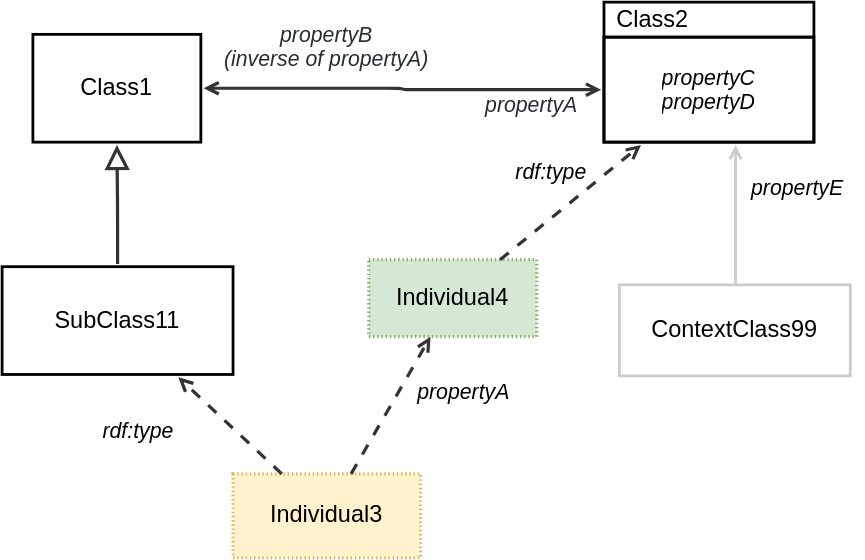
Earlier version of the draw.io export ssn/images/ClassKey.svg (afeliachi/sdw-sosa-ssn). Source tidied: cells renumbered, new cells last; positions are measured from the earlier drawing's top-left corner, leaving out a move shared by most shapes. Source of this version:
```xml
<mxGraphModel>
  <root>
    <mxCell id="0" />
    <mxCell id="1" parent="0" />
    <mxCell id="2" style="html=1;jettySize=18;whiteSpace=wrap;overflow=block;blockSpacing=1;fontSize=13;strokeColor=#333333;strokeOpacity=100;strokeWidth=2.3;rounded=1;arcSize=24;edgeStyle=orthogonalEdgeStyle;startArrow=open;endArrow=open;lucidId=qE7gnziC8at4;" parent="1" edge="1" source="5" target="10">
      <mxGeometry relative="1" as="geometry" />
    </mxCell>
    <mxCell id="3" value="&lt;div style=&quot;display: flex; justify-content: center; text-align: center; align-items: baseline; font-size: 0; line-height: 1.25;margin-top: -2px;&quot;&gt;&lt;span&gt;&lt;span style=&quot;font-size:15.2px;color:#282c33;font-style: italic;&quot;&gt;propertyB &#10;&lt;/span&gt;&lt;/span&gt;&lt;/div&gt;&lt;div style=&quot;display: flex; justify-content: center; text-align: center; align-items: baseline; font-size: 0; line-height: 1.25;margin-top: -2px;&quot;&gt;&lt;span&gt;&lt;span style=&quot;font-size:15.2px;color:#282c33;font-style: italic;&quot;&gt;(inverse of propertyA)&lt;/span&gt;&lt;/span&gt;&lt;/div&gt;" style="html=1;overflow=block;blockSpacing=1;whiteSpace=wrap;fontSize=13;spacing=0;strokeColor=none;strokeOpacity=100;fillOpacity=100;fillColor=none;strokeWidth=2.3;lucidId=JE7g4Ba55qL5;" parent="1" vertex="1">
      <mxGeometry x="142" y="9" width="180" height="45" as="geometry" />
    </mxCell>
    <mxCell id="4" value="propertyA" style="html=1;overflow=block;blockSpacing=1;whiteSpace=wrap;fontSize=15.2;fontColor=#282c33;fontStyle=2;align=center;spacing=0;strokeColor=none;strokeOpacity=100;fillOpacity=100;fillColor=none;strokeWidth=2.3;lucidId=XE7gh~OT6mx1;" parent="1" vertex="1">
      <mxGeometry x="322" y="57" width="113" height="33" as="geometry" />
    </mxCell>
    <mxCell id="5" value="Class1" style="html=1;overflow=block;blockSpacing=1;whiteSpace=wrap;fontSize=16.8;align=center;spacing=0;strokeColor=#000000;fillColor=none;strokeWidth=2;perimeterSpacing=2;" parent="1" vertex="1">
      <mxGeometry x="22" y="23" width="120" height="77" as="geometry" />
    </mxCell>
    <mxCell id="6" value="ContextClass99" style="html=1;overflow=block;blockSpacing=1;whiteSpace=wrap;fontSize=16.8;align=center;spacing=0;strokeColor=#CCCCCC;strokeOpacity=100;fillColor=none;strokeWidth=2;" parent="1" vertex="1">
      <mxGeometry x="441" y="202" width="165" height="65" as="geometry" />
    </mxCell>
    <mxCell id="7" value="SubClass11" style="html=1;overflow=block;blockSpacing=1;whiteSpace=wrap;fontSize=16.8;align=center;spacing=0;strokeColor=#000000;fillColor=none;strokeWidth=2;perimeterSpacing=2;" parent="1" vertex="1">
      <mxGeometry y="189" width="165" height="77" as="geometry" />
    </mxCell>
    <mxCell id="8" style="html=1;jettySize=18;whiteSpace=wrap;overflow=block;blockSpacing=1;fontSize=13;strokeColor=#333333;strokeOpacity=100;strokeWidth=2.3;rounded=1;arcSize=24;edgeStyle=orthogonalEdgeStyle;startArrow=none;endArrow=block;endFill=0;endSize=12;lucidId=5L~id88PjVCN;" parent="1" edge="1" source="7" target="5">
      <mxGeometry relative="1" as="geometry" />
    </mxCell>
    <mxCell id="9" value="&amp;nbsp; Class2" style="html=1;overflow=block;blockSpacing=1;swimlane;horizontal=1;fontStyle=0;swimlaneFillColor=none;startSize=25;whiteSpace=wrap;fontSize=16.8;align=left;spacing=0;strokeColor=#000000;fillColor=none;strokeWidth=2;" parent="1" vertex="1">
      <mxGeometry x="430" width="150" height="100" as="geometry" />
    </mxCell>
    <mxCell id="10" value="&lt;div style=&quot;display: flex; justify-content: center; text-align: center; align-items: baseline; font-size: 0; line-height: 1.25;margin-top: -2px;&quot;&gt;&lt;span&gt;&lt;span style=&quot;font-size:15.2px;font-style: italic;&quot;&gt;propertyC&#10;&lt;/span&gt;&lt;/span&gt;&lt;/div&gt;&lt;div style=&quot;display: flex; justify-content: center; text-align: center; align-items: baseline; font-size: 0; line-height: 1.25;margin-top: -2px;&quot;&gt;&lt;span&gt;&lt;span style=&quot;font-size:15.2px;font-style: italic;&quot;&gt;propertyD&lt;/span&gt;&lt;/span&gt;&lt;/div&gt;" style="html=1;strokeColor=#000000;fillColor=none;verticalAlign=middle;spacingLeft=4;spacingRight=4;overflow=hidden;points=[[0,0.5],[1,0.5]];portConstraint=eastwest;swimlaneFillColor=#unset;whiteSpace=wrap;fontSize=15.2;fontStyle=2;align=center;strokeWidth=2;perimeterSpacing=2;" parent="9" vertex="1">
      <mxGeometry y="25" width="150" height="75" as="geometry" />
    </mxCell>
    <mxCell id="11" style="html=1;jettySize=18;whiteSpace=wrap;overflow=block;blockSpacing=1;fontSize=13;strokeColor=#CCCCCC;strokeOpacity=100;strokeWidth=2;rounded=1;arcSize=24;edgeStyle=orthogonalEdgeStyle;startArrow=open;endArrow=none;lucidId=_YHjfSWh~X1m;" parent="1" edge="1" source="10" target="6">
      <mxGeometry relative="1" as="geometry">
        <Array as="points">
          <mxPoint x="524" y="137" />
          <mxPoint x="524" y="137" />
        </Array>
      </mxGeometry>
    </mxCell>
    <mxCell id="12" value="propertyE" style="html=1;overflow=block;blockSpacing=1;whiteSpace=wrap;fontSize=15.2;fontColor=#000000;fontStyle=2;align=center;spacing=0;strokeColor=none;strokeOpacity=100;fillOpacity=100;fillColor=none;strokeWidth=2.3;lucidId=DZHjzxYwu-P~;" parent="1" vertex="1">
      <mxGeometry x="520" y="117" width="97" height="31" as="geometry" />
    </mxCell>
    <mxCell id="13" value="Individual3" style="html=1;overflow=block;blockSpacing=1;whiteSpace=wrap;fontSize=16.8;align=center;spacing=0;strokeOpacity=100;fillColor=#fff2cc;dashed=1;fixDash=1;dashPattern=1 2;strokeWidth=2.3;strokeColor=#d6b656;" parent="1" vertex="1">
      <mxGeometry x="165" y="337" width="134" height="60" as="geometry" />
    </mxCell>
    <mxCell id="14" style="html=1;jettySize=18;whiteSpace=wrap;overflow=block;blockSpacing=1;fontSize=13;strokeColor=#333333;strokeOpacity=100;dashed=1;fixDash=1;dashPattern=8 8;strokeWidth=2.3;rounded=0;startArrow=none;endArrow=open;lucidId=gmbToIb_psAA;" parent="1" edge="1" source="13" target="7">
      <mxGeometry relative="1" as="geometry" />
    </mxCell>
    <mxCell id="15" value="rdf:type" style="html=1;overflow=block;blockSpacing=1;whiteSpace=wrap;fontSize=15.2;fontStyle=2;align=center;spacing=0;strokeColor=none;strokeOpacity=100;fillOpacity=100;fillColor=none;strokeWidth=2.3;lucidId=gmbTaRQFM5Pp;" parent="1" vertex="1">
      <mxGeometry x="60" y="292" width="75" height="30" as="geometry" />
    </mxCell>
    <mxCell id="16" style="html=1;jettySize=18;whiteSpace=wrap;overflow=block;blockSpacing=1;fontSize=13;strokeColor=#333333;strokeOpacity=100;dashed=1;fixDash=1;dashPattern=8 8;strokeWidth=2.3;rounded=0;startArrow=none;endArrow=open;lucidId=gmbTLVrXyBPr;" parent="1" edge="1" source="13" target="18">
      <mxGeometry relative="1" as="geometry" />
    </mxCell>
    <mxCell id="17" value="propertyA" style="html=1;overflow=block;blockSpacing=1;whiteSpace=wrap;fontSize=15.2;fontStyle=2;align=center;spacing=0;strokeColor=none;strokeOpacity=100;fillOpacity=100;fillColor=none;strokeWidth=2.3;lucidId=gmbTHPLgzrwb;" parent="1" vertex="1">
      <mxGeometry x="277" y="265" width="106" height="27" as="geometry" />
    </mxCell>
    <mxCell id="18" value="Individual4" style="html=1;overflow=block;blockSpacing=1;whiteSpace=wrap;fontSize=16.8;align=center;spacing=0;strokeOpacity=100;fillColor=#d5e8d4;dashed=1;fixDash=1;dashPattern=1 2;strokeWidth=2.3;strokeColor=#82b366;" parent="1" vertex="1">
      <mxGeometry x="262" y="184" width="120" height="55" as="geometry" />
    </mxCell>
    <mxCell id="19" style="html=1;jettySize=18;whiteSpace=wrap;overflow=block;blockSpacing=1;fontSize=13;strokeColor=#333333;strokeOpacity=100;dashed=1;fixDash=1;dashPattern=8 8;strokeWidth=2.3;rounded=0;startArrow=none;endArrow=open;lucidId=RobTA_LOUbvZ;" parent="1" edge="1" source="18" target="10">
      <mxGeometry relative="1" as="geometry" />
    </mxCell>
    <mxCell id="20" value="rdf:type" style="html=1;overflow=block;blockSpacing=1;whiteSpace=wrap;fontSize=15.2;fontStyle=2;align=center;spacing=0;strokeColor=none;strokeOpacity=100;fillOpacity=100;fillColor=none;strokeWidth=2.3;lucidId=RobT1O3e..nO;" parent="1" vertex="1">
      <mxGeometry x="355" y="107" width="75" height="30" as="geometry" />
    </mxCell>
  </root>
</mxGraphModel>
```
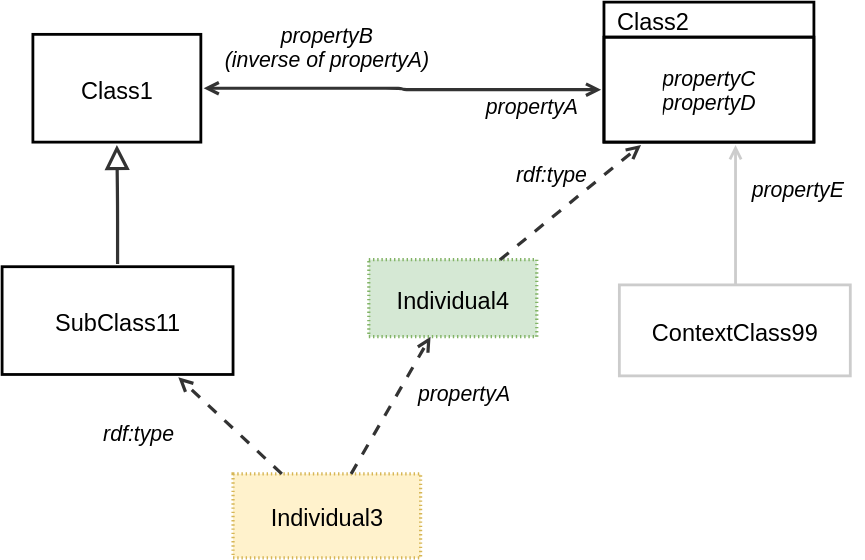
Later version of the same file.

The edit, as a diff of the source:
```diff
@@ -2,34 +2,34 @@
   <root>
     <mxCell id="0" />
     <mxCell id="1" parent="0" />
-    <mxCell id="2" style="html=1;jettySize=18;whiteSpace=wrap;overflow=block;blockSpacing=1;fontSize=13;strokeColor=#333333;strokeOpacity=100;strokeWidth=2.3;rounded=1;arcSize=24;edgeStyle=orthogonalEdgeStyle;startArrow=open;endArrow=open;lucidId=qE7gnziC8at4;" parent="1" edge="1" source="5" target="10">
+    <mxCell id="2" style="html=1;jettySize=18;whiteSpace=wrap;overflow=block;blockSpacing=1;fontSize=13;strokeColor=#333333;strokeOpacity=100;strokeWidth=2.3;rounded=1;arcSize=24;edgeStyle=orthogonalEdgeStyle;startArrow=open;endArrow=open;lucidId=qE7gnziC8at4;fontColor=default;convertToSvg=1;" parent="1" edge="1" source="5" target="10">
       <mxGeometry relative="1" as="geometry" />
     </mxCell>
-    <mxCell id="3" value="&lt;div style=&quot;display: flex; justify-content: center; text-align: center; align-items: baseline; font-size: 0; line-height: 1.25;margin-top: -2px;&quot;&gt;&lt;span&gt;&lt;span style=&quot;font-size:15.2px;color:#282c33;font-style: italic;&quot;&gt;propertyB &#10;&lt;/span&gt;&lt;/span&gt;&lt;/div&gt;&lt;div style=&quot;display: flex; justify-content: center; text-align: center; align-items: baseline; font-size: 0; line-height: 1.25;margin-top: -2px;&quot;&gt;&lt;span&gt;&lt;span style=&quot;font-size:15.2px;color:#282c33;font-style: italic;&quot;&gt;(inverse of propertyA)&lt;/span&gt;&lt;/span&gt;&lt;/div&gt;" style="html=1;overflow=block;blockSpacing=1;whiteSpace=wrap;fontSize=13;spacing=0;strokeColor=none;strokeOpacity=100;fillOpacity=100;fillColor=none;strokeWidth=2.3;lucidId=JE7g4Ba55qL5;" parent="1" vertex="1">
+    <mxCell id="3" value="&lt;div style=&quot;display: flex; justify-content: center; text-align: center; align-items: baseline; font-size: 0; line-height: 1.25;margin-top: -2px;&quot;&gt;&lt;span&gt;&lt;span style=&quot;font-size: 15.2px; font-style: italic;&quot;&gt;propertyB &#10;&lt;/span&gt;&lt;/span&gt;&lt;/div&gt;&lt;div style=&quot;display: flex; justify-content: center; text-align: center; align-items: baseline; font-size: 0; line-height: 1.25;margin-top: -2px;&quot;&gt;&lt;span&gt;&lt;span style=&quot;font-size: 15.2px; font-style: italic;&quot;&gt;(inverse of propertyA)&lt;/span&gt;&lt;/span&gt;&lt;/div&gt;" style="html=1;overflow=block;blockSpacing=1;whiteSpace=wrap;fontSize=13;spacing=0;strokeColor=none;strokeOpacity=100;fillOpacity=100;fillColor=none;strokeWidth=2.3;lucidId=JE7g4Ba55qL5;fontColor=default;convertToSvg=1;" parent="1" vertex="1">
       <mxGeometry x="142" y="9" width="180" height="45" as="geometry" />
     </mxCell>
-    <mxCell id="4" value="propertyA" style="html=1;overflow=block;blockSpacing=1;whiteSpace=wrap;fontSize=15.2;fontColor=#282c33;fontStyle=2;align=center;spacing=0;strokeColor=none;strokeOpacity=100;fillOpacity=100;fillColor=none;strokeWidth=2.3;lucidId=XE7gh~OT6mx1;" parent="1" vertex="1">
+    <mxCell id="4" value="propertyA" style="html=1;overflow=block;blockSpacing=1;whiteSpace=wrap;fontSize=15.2;fontColor=default;fontStyle=2;align=center;spacing=0;strokeColor=none;strokeOpacity=100;fillOpacity=100;fillColor=none;strokeWidth=2.3;lucidId=XE7gh~OT6mx1;convertToSvg=1;" parent="1" vertex="1">
       <mxGeometry x="322" y="57" width="113" height="33" as="geometry" />
     </mxCell>
-    <mxCell id="5" value="Class1" style="html=1;overflow=block;blockSpacing=1;whiteSpace=wrap;fontSize=16.8;align=center;spacing=0;strokeColor=#000000;fillColor=none;strokeWidth=2;perimeterSpacing=2;" parent="1" vertex="1">
+    <mxCell id="5" value="Class1" style="html=1;overflow=block;blockSpacing=1;whiteSpace=wrap;fontSize=16.8;align=center;spacing=0;strokeColor=#000000;fillColor=none;strokeWidth=2;perimeterSpacing=2;fontColor=default;convertToSvg=1;" parent="1" vertex="1">
       <mxGeometry x="22" y="23" width="120" height="77" as="geometry" />
     </mxCell>
-    <mxCell id="6" value="ContextClass99" style="html=1;overflow=block;blockSpacing=1;whiteSpace=wrap;fontSize=16.8;align=center;spacing=0;strokeColor=#CCCCCC;strokeOpacity=100;fillColor=none;strokeWidth=2;" parent="1" vertex="1">
+    <mxCell id="6" value="ContextClass99" style="html=1;overflow=block;blockSpacing=1;whiteSpace=wrap;fontSize=16.8;align=center;spacing=0;strokeColor=#CCCCCC;strokeOpacity=100;fillColor=none;strokeWidth=2;fontColor=default;convertToSvg=1;" parent="1" vertex="1">
       <mxGeometry x="441" y="202" width="165" height="65" as="geometry" />
     </mxCell>
-    <mxCell id="7" value="SubClass11" style="html=1;overflow=block;blockSpacing=1;whiteSpace=wrap;fontSize=16.8;align=center;spacing=0;strokeColor=#000000;fillColor=none;strokeWidth=2;perimeterSpacing=2;" parent="1" vertex="1">
+    <mxCell id="7" value="SubClass11" style="html=1;overflow=block;blockSpacing=1;whiteSpace=wrap;fontSize=16.8;align=center;spacing=0;strokeColor=#000000;fillColor=none;strokeWidth=2;perimeterSpacing=2;fontColor=default;convertToSvg=1;" parent="1" vertex="1">
       <mxGeometry y="189" width="165" height="77" as="geometry" />
     </mxCell>
-    <mxCell id="8" style="html=1;jettySize=18;whiteSpace=wrap;overflow=block;blockSpacing=1;fontSize=13;strokeColor=#333333;strokeOpacity=100;strokeWidth=2.3;rounded=1;arcSize=24;edgeStyle=orthogonalEdgeStyle;startArrow=none;endArrow=block;endFill=0;endSize=12;lucidId=5L~id88PjVCN;" parent="1" edge="1" source="7" target="5">
+    <mxCell id="8" style="html=1;jettySize=18;whiteSpace=wrap;overflow=block;blockSpacing=1;fontSize=13;strokeColor=#333333;strokeOpacity=100;strokeWidth=2.3;rounded=1;arcSize=24;edgeStyle=orthogonalEdgeStyle;startArrow=none;endArrow=block;endFill=0;endSize=12;lucidId=5L~id88PjVCN;fontColor=default;convertToSvg=1;" parent="1" edge="1" source="7" target="5">
       <mxGeometry relative="1" as="geometry" />
     </mxCell>
-    <mxCell id="9" value="&amp;nbsp; Class2" style="html=1;overflow=block;blockSpacing=1;swimlane;horizontal=1;fontStyle=0;swimlaneFillColor=none;startSize=25;whiteSpace=wrap;fontSize=16.8;align=left;spacing=0;strokeColor=#000000;fillColor=none;strokeWidth=2;" parent="1" vertex="1">
+    <mxCell id="9" value="&amp;nbsp; Class2" style="html=1;overflow=block;blockSpacing=1;swimlane;horizontal=1;fontStyle=0;swimlaneFillColor=none;startSize=25;whiteSpace=wrap;fontSize=16.8;align=left;spacing=0;strokeColor=#000000;fillColor=none;strokeWidth=2;fontColor=default;convertToSvg=1;" parent="1" vertex="1">
       <mxGeometry x="430" width="150" height="100" as="geometry" />
     </mxCell>
-    <mxCell id="10" value="&lt;div style=&quot;display: flex; justify-content: center; text-align: center; align-items: baseline; font-size: 0; line-height: 1.25;margin-top: -2px;&quot;&gt;&lt;span&gt;&lt;span style=&quot;font-size:15.2px;font-style: italic;&quot;&gt;propertyC&#10;&lt;/span&gt;&lt;/span&gt;&lt;/div&gt;&lt;div style=&quot;display: flex; justify-content: center; text-align: center; align-items: baseline; font-size: 0; line-height: 1.25;margin-top: -2px;&quot;&gt;&lt;span&gt;&lt;span style=&quot;font-size:15.2px;font-style: italic;&quot;&gt;propertyD&lt;/span&gt;&lt;/span&gt;&lt;/div&gt;" style="html=1;strokeColor=#000000;fillColor=none;verticalAlign=middle;spacingLeft=4;spacingRight=4;overflow=hidden;points=[[0,0.5],[1,0.5]];portConstraint=eastwest;swimlaneFillColor=#unset;whiteSpace=wrap;fontSize=15.2;fontStyle=2;align=center;strokeWidth=2;perimeterSpacing=2;" parent="9" vertex="1">
+    <mxCell id="10" value="&lt;div style=&quot;display: flex; justify-content: center; text-align: center; align-items: baseline; font-size: 0; line-height: 1.25;margin-top: -2px;&quot;&gt;&lt;span&gt;&lt;span style=&quot;font-size:15.2px;font-style: italic;&quot;&gt;propertyC&#10;&lt;/span&gt;&lt;/span&gt;&lt;/div&gt;&lt;div style=&quot;display: flex; justify-content: center; text-align: center; align-items: baseline; font-size: 0; line-height: 1.25;margin-top: -2px;&quot;&gt;&lt;span&gt;&lt;span style=&quot;font-size:15.2px;font-style: italic;&quot;&gt;propertyD&lt;/span&gt;&lt;/span&gt;&lt;/div&gt;" style="html=1;strokeColor=#000000;fillColor=none;verticalAlign=middle;spacingLeft=4;spacingRight=4;overflow=hidden;points=[[0,0.5],[1,0.5]];portConstraint=eastwest;swimlaneFillColor=#unset;whiteSpace=wrap;fontSize=15.2;fontStyle=2;align=center;strokeWidth=2;perimeterSpacing=2;fontColor=default;convertToSvg=1;" parent="9" vertex="1">
       <mxGeometry y="25" width="150" height="75" as="geometry" />
     </mxCell>
-    <mxCell id="11" style="html=1;jettySize=18;whiteSpace=wrap;overflow=block;blockSpacing=1;fontSize=13;strokeColor=#CCCCCC;strokeOpacity=100;strokeWidth=2;rounded=1;arcSize=24;edgeStyle=orthogonalEdgeStyle;startArrow=open;endArrow=none;lucidId=_YHjfSWh~X1m;" parent="1" edge="1" source="10" target="6">
+    <mxCell id="11" style="html=1;jettySize=18;whiteSpace=wrap;overflow=block;blockSpacing=1;fontSize=13;strokeColor=#CCCCCC;strokeOpacity=100;strokeWidth=2;rounded=1;arcSize=24;edgeStyle=orthogonalEdgeStyle;startArrow=open;endArrow=none;lucidId=_YHjfSWh~X1m;fontColor=default;convertToSvg=1;" parent="1" edge="1" source="10" target="6">
       <mxGeometry relative="1" as="geometry">
         <Array as="points">
           <mxPoint x="524" y="137" />
@@ -37,31 +37,31 @@
         </Array>
       </mxGeometry>
     </mxCell>
-    <mxCell id="12" value="propertyE" style="html=1;overflow=block;blockSpacing=1;whiteSpace=wrap;fontSize=15.2;fontColor=#000000;fontStyle=2;align=center;spacing=0;strokeColor=none;strokeOpacity=100;fillOpacity=100;fillColor=none;strokeWidth=2.3;lucidId=DZHjzxYwu-P~;" parent="1" vertex="1">
+    <mxCell id="12" value="propertyE" style="html=1;overflow=block;blockSpacing=1;whiteSpace=wrap;fontSize=15.2;fontColor=default;fontStyle=2;align=center;spacing=0;strokeColor=none;strokeOpacity=100;fillOpacity=100;fillColor=none;strokeWidth=2.3;lucidId=DZHjzxYwu-P~;convertToSvg=1;" parent="1" vertex="1">
       <mxGeometry x="520" y="117" width="97" height="31" as="geometry" />
     </mxCell>
-    <mxCell id="13" value="Individual3" style="html=1;overflow=block;blockSpacing=1;whiteSpace=wrap;fontSize=16.8;align=center;spacing=0;strokeOpacity=100;fillColor=#fff2cc;dashed=1;fixDash=1;dashPattern=1 2;strokeWidth=2.3;strokeColor=#d6b656;" parent="1" vertex="1">
+    <mxCell id="13" value="Individual3" style="html=1;overflow=block;blockSpacing=1;whiteSpace=wrap;fontSize=16.8;align=center;spacing=0;strokeOpacity=100;fillColor=#fff2cc;dashed=1;fixDash=1;dashPattern=1 2;strokeWidth=2.3;strokeColor=#d6b656;fontColor=default;convertToSvg=1;" parent="1" vertex="1">
       <mxGeometry x="165" y="337" width="134" height="60" as="geometry" />
     </mxCell>
-    <mxCell id="14" style="html=1;jettySize=18;whiteSpace=wrap;overflow=block;blockSpacing=1;fontSize=13;strokeColor=#333333;strokeOpacity=100;dashed=1;fixDash=1;dashPattern=8 8;strokeWidth=2.3;rounded=0;startArrow=none;endArrow=open;lucidId=gmbToIb_psAA;" parent="1" edge="1" source="13" target="7">
+    <mxCell id="14" style="html=1;jettySize=18;whiteSpace=wrap;overflow=block;blockSpacing=1;fontSize=13;strokeColor=#333333;strokeOpacity=100;dashed=1;fixDash=1;dashPattern=8 8;strokeWidth=2.3;rounded=0;startArrow=none;endArrow=open;lucidId=gmbToIb_psAA;fontColor=default;convertToSvg=1;" parent="1" edge="1" source="13" target="7">
       <mxGeometry relative="1" as="geometry" />
     </mxCell>
-    <mxCell id="15" value="rdf:type" style="html=1;overflow=block;blockSpacing=1;whiteSpace=wrap;fontSize=15.2;fontStyle=2;align=center;spacing=0;strokeColor=none;strokeOpacity=100;fillOpacity=100;fillColor=none;strokeWidth=2.3;lucidId=gmbTaRQFM5Pp;" parent="1" vertex="1">
+    <mxCell id="15" value="rdf:type" style="html=1;overflow=block;blockSpacing=1;whiteSpace=wrap;fontSize=15.2;fontStyle=2;align=center;spacing=0;strokeColor=none;strokeOpacity=100;fillOpacity=100;fillColor=none;strokeWidth=2.3;lucidId=gmbTaRQFM5Pp;fontColor=default;convertToSvg=1;" parent="1" vertex="1">
       <mxGeometry x="60" y="292" width="75" height="30" as="geometry" />
     </mxCell>
-    <mxCell id="16" style="html=1;jettySize=18;whiteSpace=wrap;overflow=block;blockSpacing=1;fontSize=13;strokeColor=#333333;strokeOpacity=100;dashed=1;fixDash=1;dashPattern=8 8;strokeWidth=2.3;rounded=0;startArrow=none;endArrow=open;lucidId=gmbTLVrXyBPr;" parent="1" edge="1" source="13" target="18">
+    <mxCell id="16" style="html=1;jettySize=18;whiteSpace=wrap;overflow=block;blockSpacing=1;fontSize=13;strokeColor=#333333;strokeOpacity=100;dashed=1;fixDash=1;dashPattern=8 8;strokeWidth=2.3;rounded=0;startArrow=none;endArrow=open;lucidId=gmbTLVrXyBPr;fontColor=default;convertToSvg=1;" parent="1" edge="1" source="13" target="18">
       <mxGeometry relative="1" as="geometry" />
     </mxCell>
-    <mxCell id="17" value="propertyA" style="html=1;overflow=block;blockSpacing=1;whiteSpace=wrap;fontSize=15.2;fontStyle=2;align=center;spacing=0;strokeColor=none;strokeOpacity=100;fillOpacity=100;fillColor=none;strokeWidth=2.3;lucidId=gmbTHPLgzrwb;" parent="1" vertex="1">
+    <mxCell id="17" value="propertyA" style="html=1;overflow=block;blockSpacing=1;whiteSpace=wrap;fontSize=15.2;fontStyle=2;align=center;spacing=0;strokeColor=none;strokeOpacity=100;fillOpacity=100;fillColor=none;strokeWidth=2.3;lucidId=gmbTHPLgzrwb;fontColor=default;convertToSvg=1;" parent="1" vertex="1">
       <mxGeometry x="277" y="265" width="106" height="27" as="geometry" />
     </mxCell>
-    <mxCell id="18" value="Individual4" style="html=1;overflow=block;blockSpacing=1;whiteSpace=wrap;fontSize=16.8;align=center;spacing=0;strokeOpacity=100;fillColor=#d5e8d4;dashed=1;fixDash=1;dashPattern=1 2;strokeWidth=2.3;strokeColor=#82b366;" parent="1" vertex="1">
+    <mxCell id="18" value="Individual4" style="html=1;overflow=block;blockSpacing=1;whiteSpace=wrap;fontSize=16.8;align=center;spacing=0;strokeOpacity=100;fillColor=#d5e8d4;dashed=1;fixDash=1;dashPattern=1 2;strokeWidth=2.3;strokeColor=#82b366;fontColor=default;convertToSvg=1;" parent="1" vertex="1">
       <mxGeometry x="262" y="184" width="120" height="55" as="geometry" />
     </mxCell>
-    <mxCell id="19" style="html=1;jettySize=18;whiteSpace=wrap;overflow=block;blockSpacing=1;fontSize=13;strokeColor=#333333;strokeOpacity=100;dashed=1;fixDash=1;dashPattern=8 8;strokeWidth=2.3;rounded=0;startArrow=none;endArrow=open;lucidId=RobTA_LOUbvZ;" parent="1" edge="1" source="18" target="10">
+    <mxCell id="19" style="html=1;jettySize=18;whiteSpace=wrap;overflow=block;blockSpacing=1;fontSize=13;strokeColor=#333333;strokeOpacity=100;dashed=1;fixDash=1;dashPattern=8 8;strokeWidth=2.3;rounded=0;startArrow=none;endArrow=open;lucidId=RobTA_LOUbvZ;fontColor=default;convertToSvg=1;" parent="1" edge="1" source="18" target="10">
       <mxGeometry relative="1" as="geometry" />
     </mxCell>
-    <mxCell id="20" value="rdf:type" style="html=1;overflow=block;blockSpacing=1;whiteSpace=wrap;fontSize=15.2;fontStyle=2;align=center;spacing=0;strokeColor=none;strokeOpacity=100;fillOpacity=100;fillColor=none;strokeWidth=2.3;lucidId=RobT1O3e..nO;" parent="1" vertex="1">
+    <mxCell id="20" value="rdf:type" style="html=1;overflow=block;blockSpacing=1;whiteSpace=wrap;fontSize=15.2;fontStyle=2;align=center;spacing=0;strokeColor=none;strokeOpacity=100;fillOpacity=100;fillColor=none;strokeWidth=2.3;lucidId=RobT1O3e..nO;fontColor=default;convertToSvg=1;" parent="1" vertex="1">
       <mxGeometry x="355" y="107" width="75" height="30" as="geometry" />
     </mxCell>
   </root>
```
